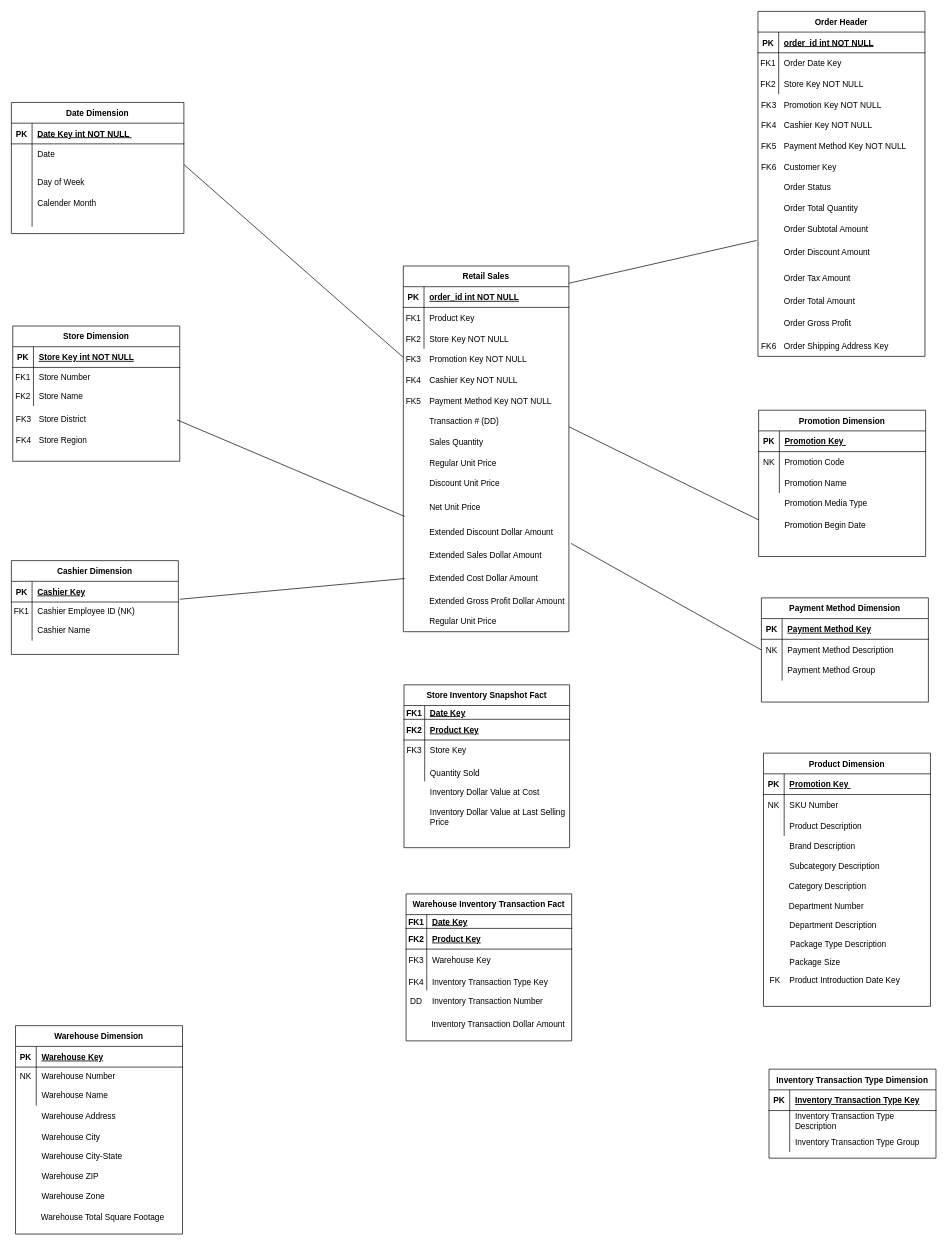
mannny29/demo keeps this draw.io diagram as Untitled Diagram.drawio. Above is the earlier version. Source tidied: cells renumbered, new cells numbered last; positions are measured from the earlier drawing's top-left corner, leaving out a move shared by most shapes. Both pictures are drawn from the tidied source at 69%, with x=0, y=0 at pixel (11, 11).
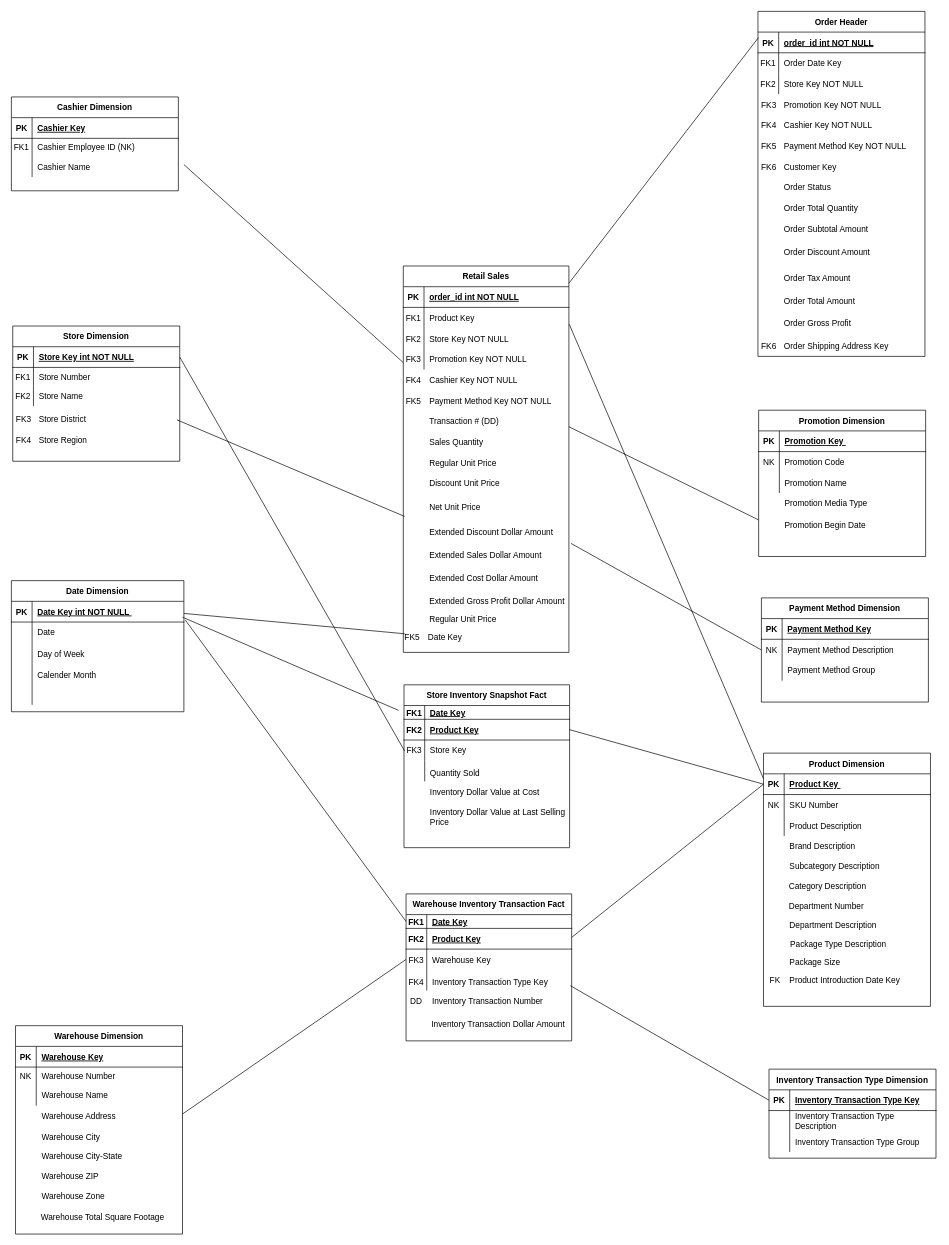
The same diagram, later.

Unchanged cells that the change refers to:
```xml
<mxCell id="6" style="shape=partialRectangle;fillColor=none;points=[[0,0.5],[1,0.5]];portConstraint=eastwest;top=0;left=0;right=0;bottom=0;" parent="2" vertex="1">
  <mxGeometry y="60" width="240" height="30" as="geometry" />
</mxCell>
<mxCell id="50" style="shape=partialRectangle;fillColor=none;points=[[0,0.5],[1,0.5]];portConstraint=eastwest;top=0;left=0;right=0;bottom=1;" parent="49" vertex="1">
  <mxGeometry y="30" width="242" height="30" as="geometry" />
</mxCell>
<mxCell id="80" style="shape=partialRectangle;fillColor=none;points=[[0,0.5],[1,0.5]];portConstraint=eastwest;top=0;left=0;right=0;bottom=1;" parent="79" vertex="1">
  <mxGeometry y="30" width="242" height="30" as="geometry" />
</mxCell>
<mxCell id="140" style="shape=partialRectangle;fillColor=none;points=[[0,0.5],[1,0.5]];portConstraint=eastwest;top=0;left=0;right=0;bottom=1;" parent="139" vertex="1">
  <mxGeometry y="30" width="240" height="20" as="geometry" />
</mxCell>
<mxCell id="143" style="shape=partialRectangle;fillColor=none;points=[[0,0.5],[1,0.5]];portConstraint=eastwest;top=0;left=0;right=0;bottom=1;" parent="139" vertex="1">
  <mxGeometry y="50" width="240" height="30" as="geometry" />
</mxCell>
<mxCell id="159" style="shape=partialRectangle;fillColor=none;points=[[0,0.5],[1,0.5]];portConstraint=eastwest;top=0;left=0;right=0;bottom=1;" parent="158" vertex="1">
  <mxGeometry y="30" width="240" height="20" as="geometry" />
</mxCell>
<mxCell id="165" style="shape=partialRectangle;fillColor=none;points=[[0,0.5],[1,0.5]];portConstraint=eastwest;top=0;left=0;right=0;bottom=0;" parent="158" vertex="1">
  <mxGeometry y="80" width="240" height="30" as="geometry" />
</mxCell>
<mxCell id="178" style="shape=partialRectangle;fillColor=none;points=[[0,0.5],[1,0.5]];portConstraint=eastwest;top=0;left=0;right=0;bottom=1;" parent="177" vertex="1">
  <mxGeometry y="30" width="242" height="30" as="geometry" />
</mxCell>
<mxCell id="204" style="shape=partialRectangle;fillColor=none;points=[[0,0.5],[1,0.5]];portConstraint=eastwest;top=0;left=0;right=0;bottom=1;" parent="203" vertex="1">
  <mxGeometry y="30" width="242" height="30" as="geometry" />
</mxCell>
```

Change to the diagram source:
```diff
@@
     <mxCell id="2" value="Retail Sales" style="shape=table;startSize=30;childLayout=tableLayout;rowLines=0;fontStyle=1;align=center;" parent="1" vertex="1">
-      <mxGeometry x="568" y="369" width="240" height="530" as="geometry" />
+      <mxGeometry x="568" y="369" width="240" height="560" as="geometry" />
     </mxCell>
@@
-    <mxCell id="12" value="Date Dimension" style="shape=table;startSize=30;childLayout=tableLayout;rowLines=0;fontStyle=1;align=center;" parent="1" vertex="1">
-      <mxGeometry y="132" width="250" height="190" as="geometry" />
-    </mxCell>
-    <mxCell id="13" style="shape=partialRectangle;fillColor=none;points=[[0,0.5],[1,0.5]];portConstraint=eastwest;top=0;left=0;right=0;bottom=1;" parent="12" vertex="1">
-      <mxGeometry y="30" width="250" height="30" as="geometry" />
-    </mxCell>
-    <mxCell id="14" value="PK" style="shape=partialRectangle;overflow=hidden;fillColor=none;top=0;left=0;bottom=0;right=0;fontStyle=1;" parent="13" vertex="1">
-      <mxGeometry width="30" height="30" as="geometry" />
-    </mxCell>
-    <mxCell id="15" value="Date Key int NOT NULL " style="shape=partialRectangle;overflow=hidden;fillColor=none;top=0;left=0;bottom=0;right=0;align=left;spacingLeft=6;fontStyle=5;" parent="13" vertex="1">
-      <mxGeometry x="30" width="220" height="30" as="geometry" />
-    </mxCell>
-    <mxCell id="16" style="shape=partialRectangle;fillColor=none;top=0;left=0;right=0;bottom=0;" parent="12" vertex="1">
-      <mxGeometry y="60" width="250" height="30" as="geometry" />
-    </mxCell>
-    <mxCell id="17" style="shape=partialRectangle;overflow=hidden;fillColor=none;top=0;left=0;bottom=0;right=0;" parent="16" vertex="1">
-      <mxGeometry width="30" height="30" as="geometry" />
-    </mxCell>
-    <mxCell id="18" value="Date" style="shape=partialRectangle;overflow=hidden;fillColor=none;top=0;left=0;bottom=0;right=0;align=left;spacingLeft=6;" parent="16" vertex="1">
-      <mxGeometry x="30" width="220" height="30" as="geometry" />
-    </mxCell>
-    <mxCell id="19" style="shape=partialRectangle;fillColor=none;top=0;left=0;right=0;bottom=0;" parent="12" vertex="1">
-      <mxGeometry y="90" width="250" height="30" as="geometry" />
-    </mxCell>
-    <mxCell id="20" style="shape=partialRectangle;overflow=hidden;fillColor=none;top=0;left=0;bottom=0;right=0;" parent="19" vertex="1">
-      <mxGeometry width="30" height="30" as="geometry" />
-    </mxCell>
-    <mxCell id="21" style="shape=partialRectangle;overflow=hidden;fillColor=none;top=0;left=0;bottom=0;right=0;align=left;spacingLeft=6;" parent="19" vertex="1">
-      <mxGeometry x="30" width="220" height="30" as="geometry" />
-    </mxCell>
-    <mxCell id="22" style="shape=partialRectangle;fillColor=none;top=0;left=0;right=0;bottom=0;" parent="12" vertex="1">
-      <mxGeometry y="120" width="250" height="30" as="geometry" />
-    </mxCell>
-    <mxCell id="23" style="shape=partialRectangle;overflow=hidden;fillColor=none;top=0;left=0;bottom=0;right=0;" parent="22" vertex="1">
-      <mxGeometry width="30" height="30" as="geometry" />
-    </mxCell>
-    <mxCell id="24" style="shape=partialRectangle;overflow=hidden;fillColor=none;top=0;left=0;bottom=0;right=0;align=left;spacingLeft=6;" parent="22" vertex="1">
-      <mxGeometry x="30" width="220" height="30" as="geometry" />
-    </mxCell>
-    <mxCell id="25" style="shape=partialRectangle;fillColor=none;top=0;left=0;right=0;bottom=0;" parent="12" vertex="1">
-      <mxGeometry y="150" width="250" height="30" as="geometry" />
-    </mxCell>
-    <mxCell id="26" style="shape=partialRectangle;overflow=hidden;fillColor=none;top=0;left=0;bottom=0;right=0;" parent="25" vertex="1">
-      <mxGeometry width="30" height="30" as="geometry" />
-    </mxCell>
-    <mxCell id="27" style="shape=partialRectangle;overflow=hidden;fillColor=none;top=0;left=0;bottom=0;right=0;align=left;spacingLeft=6;" parent="25" vertex="1">
-      <mxGeometry x="30" width="220" height="30" as="geometry" />
-    </mxCell>
-    <mxCell id="28" value="Day of Week" style="shape=partialRectangle;overflow=hidden;fillColor=none;top=0;left=0;bottom=0;right=0;align=left;spacingLeft=6;" parent="1" vertex="1">
-      <mxGeometry x="30" y="232" width="220" height="30" as="geometry" />
-    </mxCell>
-    <mxCell id="29" value="Calender Month" style="shape=partialRectangle;overflow=hidden;fillColor=none;top=0;left=0;bottom=0;right=0;align=left;spacingLeft=6;" parent="1" vertex="1">
-      <mxGeometry x="30" y="262" width="220" height="30" as="geometry" />
-    </mxCell>
+    <mxCell id="223" style="shape=partialRectangle;fillColor=none;top=0;left=0;right=0;bottom=0;" parent="2" vertex="1">
+      <mxGeometry y="120" width="240" height="30" as="geometry" />
+    </mxCell>
+    <mxCell id="224" style="shape=partialRectangle;overflow=hidden;fillColor=none;top=0;left=0;bottom=0;right=0;" parent="223" vertex="1">
+      <mxGeometry width="30" height="30" as="geometry" />
+    </mxCell>
+    <mxCell id="225" style="shape=partialRectangle;overflow=hidden;fillColor=none;top=0;left=0;bottom=0;right=0;align=left;spacingLeft=6;" parent="223" vertex="1">
+      <mxGeometry x="30" width="210" height="30" as="geometry" />
+    </mxCell>
@@
     <mxCell id="47" value="Regular Unit Price" style="shape=partialRectangle;overflow=hidden;fillColor=none;top=0;left=0;bottom=0;right=0;align=left;spacingLeft=6;" parent="1" vertex="1">
-      <mxGeometry x="598" y="869" width="220" height="30" as="geometry" />
+      <mxGeometry x="598" y="869" width="220" height="23" as="geometry" />
     </mxCell>
@@
     <mxCell id="95" style="shape=partialRectangle;overflow=hidden;fillColor=none;top=0;left=0;bottom=0;right=0;" parent="1" vertex="1">
-      <mxGeometry x="2" y="726" width="32" height="30" as="geometry" />
+      <mxGeometry x="2" y="54" width="32" height="30" as="geometry" />
     </mxCell>
-    <mxCell id="96" value="Cashier Dimension" style="shape=table;startSize=30;childLayout=tableLayout;rowLines=0;fontStyle=1;align=center;" parent="1" vertex="1">
-      <mxGeometry y="796" width="242" height="136" as="geometry" />
-    </mxCell>
-    <mxCell id="97" style="shape=partialRectangle;fillColor=none;top=0;left=0;right=0;bottom=1;" parent="96" vertex="1">
-      <mxGeometry y="30" width="242" height="30" as="geometry" />
-    </mxCell>
-    <mxCell id="98" value="PK" style="shape=partialRectangle;overflow=hidden;fillColor=none;top=0;left=0;bottom=0;right=0;fontStyle=1;" parent="97" vertex="1">
-      <mxGeometry width="30" height="30" as="geometry" />
-    </mxCell>
-    <mxCell id="99" value="Cashier Key" style="shape=partialRectangle;overflow=hidden;fillColor=none;top=0;left=0;bottom=0;right=0;align=left;spacingLeft=6;fontStyle=5;" parent="97" vertex="1">
-      <mxGeometry x="30" width="212" height="30" as="geometry" />
-    </mxCell>
-    <mxCell id="100" style="shape=partialRectangle;fillColor=none;top=0;left=0;right=0;bottom=0;" parent="96" vertex="1">
-      <mxGeometry y="60" width="242" height="26" as="geometry" />
-    </mxCell>
-    <mxCell id="101" value="FK1" style="shape=partialRectangle;overflow=hidden;fillColor=none;top=0;left=0;bottom=0;right=0;" parent="100" vertex="1">
-      <mxGeometry width="30" height="26" as="geometry" />
-    </mxCell>
-    <mxCell id="102" value="Cashier Employee ID (NK)" style="shape=partialRectangle;overflow=hidden;fillColor=none;top=0;left=0;bottom=0;right=0;align=left;spacingLeft=6;" parent="100" vertex="1">
-      <mxGeometry x="30" width="212" height="26" as="geometry" />
-    </mxCell>
-    <mxCell id="103" style="shape=partialRectangle;fillColor=none;top=0;left=0;right=0;bottom=0;" parent="96" vertex="1">
-      <mxGeometry y="86" width="242" height="30" as="geometry" />
-    </mxCell>
-    <mxCell id="104" style="shape=partialRectangle;overflow=hidden;fillColor=none;top=0;left=0;bottom=0;right=0;" parent="103" vertex="1">
-      <mxGeometry width="30" height="30" as="geometry" />
-    </mxCell>
-    <mxCell id="105" value="Cashier Name" style="shape=partialRectangle;overflow=hidden;fillColor=none;top=0;left=0;bottom=0;right=0;align=left;spacingLeft=6;" parent="103" vertex="1">
-      <mxGeometry x="30" width="212" height="30" as="geometry" />
-    </mxCell>
-    <mxCell id="106" style="shape=partialRectangle;overflow=hidden;fillColor=none;top=0;left=0;bottom=0;right=0;align=left;spacingLeft=6;" parent="1" vertex="1">
-      <mxGeometry x="30" y="916" width="222" height="30" as="geometry" />
-    </mxCell>
@@
-    <mxCell id="135" style="endArrow=none;html=1;rounded=0;" parent="1" edge="1">
+    <mxCell id="135" style="endArrow=none;html=1;rounded=0;entryX=-0.033;entryY=0.35;entryDx=0;entryDy=0;entryPerimeter=0;" parent="1" edge="1" target="140">
       <mxGeometry relative="1" as="geometry">
-        <mxPoint x="244" y="852" as="sourcePoint" />
-        <mxPoint x="570" y="822" as="targetPoint" />
+        <mxPoint x="248" y="878" as="sourcePoint" />
       </mxGeometry>
     </mxCell>
-    <mxCell id="136" style="endArrow=none;html=1;rounded=0;" parent="1" edge="1">
+    <mxCell id="136" style="endArrow=none;html=1;rounded=0;entryX=0.003;entryY=0.269;entryDx=0;entryDy=0;entryPerimeter=0;" parent="1" edge="1" target="50">
       <mxGeometry relative="1" as="geometry">
         <mxPoint x="808" y="394" as="sourcePoint" />
-        <mxPoint x="1080" y="332" as="targetPoint" />
       </mxGeometry>
     </mxCell>
@@
-    <mxCell id="206" value="Promotion Key " style="shape=partialRectangle;overflow=hidden;fillColor=none;top=0;left=0;bottom=0;right=0;align=left;spacingLeft=6;fontStyle=5;" parent="204" vertex="1">
+    <mxCell id="206" value="Product Key " style="shape=partialRectangle;overflow=hidden;fillColor=none;top=0;left=0;bottom=0;right=0;align=left;spacingLeft=6;fontStyle=5;" parent="204" vertex="1">
       <mxGeometry x="30" width="212" height="30" as="geometry" />
     </mxCell>
@@
+    <mxCell id="226" style="endArrow=none;html=1;rounded=0;entryX=0;entryY=0.5;entryDx=0;entryDy=0;" parent="1" edge="1" target="165">
+      <mxGeometry relative="1" as="geometry">
+        <mxPoint x="248" y="1598" as="sourcePoint" />
+      </mxGeometry>
+    </mxCell>
+    <mxCell id="227" style="endArrow=none;html=1;rounded=0;entryX=0;entryY=0.5;entryDx=0;entryDy=0;exitX=1;exitY=0.5;exitDx=0;exitDy=0;" parent="1" edge="1" source="143" target="204">
+      <mxGeometry relative="1" as="geometry" />
+    </mxCell>
+    <mxCell id="228" style="endArrow=none;html=1;rounded=0;entryX=0;entryY=0.5;entryDx=0;entryDy=0;" parent="1" edge="1" target="178">
+      <mxGeometry relative="1" as="geometry">
+        <mxPoint x="810" y="1412" as="sourcePoint" />
+      </mxGeometry>
+    </mxCell>
+    <mxCell id="229" style="endArrow=none;html=1;rounded=0;entryX=0;entryY=0.5;entryDx=0;entryDy=0;exitX=1;exitY=0.5;exitDx=0;exitDy=0;" parent="1" edge="1" target="204">
+      <mxGeometry relative="1" as="geometry">
+        <mxPoint x="812" y="1342" as="sourcePoint" />
+      </mxGeometry>
+    </mxCell>
+    <mxCell id="230" style="endArrow=none;html=1;rounded=0;exitX=1.002;exitY=0.812;exitDx=0;exitDy=0;exitPerimeter=0;" parent="1" edge="1" source="6">
+      <mxGeometry relative="1" as="geometry">
+        <mxPoint x="1090" y="1112" as="targetPoint" />
+      </mxGeometry>
+    </mxCell>
+    <mxCell id="96" value="Cashier Dimension" style="shape=table;startSize=30;childLayout=tableLayout;rowLines=0;fontStyle=1;align=center;" parent="1" vertex="1">
+      <mxGeometry y="124" width="242" height="136" as="geometry" />
+    </mxCell>
+    <mxCell id="97" style="shape=partialRectangle;fillColor=none;top=0;left=0;right=0;bottom=1;" parent="96" vertex="1">
+      <mxGeometry y="30" width="242" height="30" as="geometry" />
+    </mxCell>
+    <mxCell id="231" value="PK" style="shape=partialRectangle;overflow=hidden;fillColor=none;top=0;left=0;bottom=0;right=0;fontStyle=1;" parent="97" vertex="1">
+      <mxGeometry width="30" height="30" as="geometry" />
+    </mxCell>
+    <mxCell id="99" value="Cashier Key" style="shape=partialRectangle;overflow=hidden;fillColor=none;top=0;left=0;bottom=0;right=0;align=left;spacingLeft=6;fontStyle=5;" parent="97" vertex="1">
+      <mxGeometry x="30" width="212" height="30" as="geometry" />
+    </mxCell>
+    <mxCell id="100" style="shape=partialRectangle;fillColor=none;top=0;left=0;right=0;bottom=0;" parent="96" vertex="1">
+      <mxGeometry y="60" width="242" height="26" as="geometry" />
+    </mxCell>
+    <mxCell id="101" value="FK1" style="shape=partialRectangle;overflow=hidden;fillColor=none;top=0;left=0;bottom=0;right=0;" parent="100" vertex="1">
+      <mxGeometry width="30" height="26" as="geometry" />
+    </mxCell>
+    <mxCell id="102" value="Cashier Employee ID (NK)" style="shape=partialRectangle;overflow=hidden;fillColor=none;top=0;left=0;bottom=0;right=0;align=left;spacingLeft=6;" parent="100" vertex="1">
+      <mxGeometry x="30" width="212" height="26" as="geometry" />
+    </mxCell>
+    <mxCell id="103" style="shape=partialRectangle;fillColor=none;top=0;left=0;right=0;bottom=0;" parent="96" vertex="1">
+      <mxGeometry y="86" width="242" height="30" as="geometry" />
+    </mxCell>
+    <mxCell id="232" style="shape=partialRectangle;overflow=hidden;fillColor=none;top=0;left=0;bottom=0;right=0;" parent="103" vertex="1">
+      <mxGeometry width="30" height="30" as="geometry" />
+    </mxCell>
+    <mxCell id="105" value="Cashier Name" style="shape=partialRectangle;overflow=hidden;fillColor=none;top=0;left=0;bottom=0;right=0;align=left;spacingLeft=6;" parent="103" vertex="1">
+      <mxGeometry x="30" width="212" height="30" as="geometry" />
+    </mxCell>
+    <mxCell id="233" style="shape=partialRectangle;overflow=hidden;fillColor=none;top=0;left=0;bottom=0;right=0;align=left;spacingLeft=6;" parent="1" vertex="1">
+      <mxGeometry x="30" y="244" width="222" height="30" as="geometry" />
+    </mxCell>
+    <mxCell id="12" value="Date Dimension" style="shape=table;startSize=30;childLayout=tableLayout;rowLines=0;fontStyle=1;align=center;" parent="1" vertex="1">
+      <mxGeometry y="825" width="250" height="190" as="geometry" />
+    </mxCell>
+    <mxCell id="13" style="shape=partialRectangle;fillColor=none;points=[[0,0.5],[1,0.5]];portConstraint=eastwest;top=0;left=0;right=0;bottom=1;" parent="12" vertex="1">
+      <mxGeometry y="30" width="250" height="30" as="geometry" />
+    </mxCell>
+    <mxCell id="234" value="PK" style="shape=partialRectangle;overflow=hidden;fillColor=none;top=0;left=0;bottom=0;right=0;fontStyle=1;" parent="13" vertex="1">
+      <mxGeometry width="30" height="30" as="geometry" />
+    </mxCell>
+    <mxCell id="15" value="Date Key int NOT NULL " style="shape=partialRectangle;overflow=hidden;fillColor=none;top=0;left=0;bottom=0;right=0;align=left;spacingLeft=6;fontStyle=5;" parent="13" vertex="1">
+      <mxGeometry x="30" width="220" height="30" as="geometry" />
+    </mxCell>
+    <mxCell id="16" style="shape=partialRectangle;fillColor=none;top=0;left=0;right=0;bottom=0;" parent="12" vertex="1">
+      <mxGeometry y="60" width="250" height="30" as="geometry" />
+    </mxCell>
+    <mxCell id="235" style="shape=partialRectangle;overflow=hidden;fillColor=none;top=0;left=0;bottom=0;right=0;" parent="16" vertex="1">
+      <mxGeometry width="30" height="30" as="geometry" />
+    </mxCell>
+    <mxCell id="18" value="Date" style="shape=partialRectangle;overflow=hidden;fillColor=none;top=0;left=0;bottom=0;right=0;align=left;spacingLeft=6;" parent="16" vertex="1">
+      <mxGeometry x="30" width="220" height="30" as="geometry" />
+    </mxCell>
+    <mxCell id="19" style="shape=partialRectangle;fillColor=none;top=0;left=0;right=0;bottom=0;" parent="12" vertex="1">
+      <mxGeometry y="90" width="250" height="30" as="geometry" />
+    </mxCell>
+    <mxCell id="236" style="shape=partialRectangle;overflow=hidden;fillColor=none;top=0;left=0;bottom=0;right=0;" parent="19" vertex="1">
+      <mxGeometry width="30" height="30" as="geometry" />
+    </mxCell>
+    <mxCell id="237" style="shape=partialRectangle;overflow=hidden;fillColor=none;top=0;left=0;bottom=0;right=0;align=left;spacingLeft=6;" parent="19" vertex="1">
+      <mxGeometry x="30" width="220" height="30" as="geometry" />
+    </mxCell>
+    <mxCell id="22" style="shape=partialRectangle;fillColor=none;top=0;left=0;right=0;bottom=0;" parent="12" vertex="1">
+      <mxGeometry y="120" width="250" height="30" as="geometry" />
+    </mxCell>
+    <mxCell id="238" style="shape=partialRectangle;overflow=hidden;fillColor=none;top=0;left=0;bottom=0;right=0;" parent="22" vertex="1">
+      <mxGeometry width="30" height="30" as="geometry" />
+    </mxCell>
+    <mxCell id="239" style="shape=partialRectangle;overflow=hidden;fillColor=none;top=0;left=0;bottom=0;right=0;align=left;spacingLeft=6;" parent="22" vertex="1">
+      <mxGeometry x="30" width="220" height="30" as="geometry" />
+    </mxCell>
+    <mxCell id="25" style="shape=partialRectangle;fillColor=none;top=0;left=0;right=0;bottom=0;" parent="12" vertex="1">
+      <mxGeometry y="150" width="250" height="30" as="geometry" />
+    </mxCell>
+    <mxCell id="240" style="shape=partialRectangle;overflow=hidden;fillColor=none;top=0;left=0;bottom=0;right=0;" parent="25" vertex="1">
+      <mxGeometry width="30" height="30" as="geometry" />
+    </mxCell>
+    <mxCell id="241" style="shape=partialRectangle;overflow=hidden;fillColor=none;top=0;left=0;bottom=0;right=0;align=left;spacingLeft=6;" parent="25" vertex="1">
+      <mxGeometry x="30" width="220" height="30" as="geometry" />
+    </mxCell>
+    <mxCell id="28" value="Day of Week" style="shape=partialRectangle;overflow=hidden;fillColor=none;top=0;left=0;bottom=0;right=0;align=left;spacingLeft=6;" parent="1" vertex="1">
+      <mxGeometry x="30" y="916" width="220" height="30" as="geometry" />
+    </mxCell>
+    <mxCell id="29" value="Calender Month" style="shape=partialRectangle;overflow=hidden;fillColor=none;top=0;left=0;bottom=0;right=0;align=left;spacingLeft=6;" parent="1" vertex="1">
+      <mxGeometry x="30" y="947" width="220" height="30" as="geometry" />
+    </mxCell>
+    <mxCell id="242" style="endArrow=none;html=1;rounded=0;entryX=0;entryY=0.5;entryDx=0;entryDy=0;exitX=1.008;exitY=0.9;exitDx=0;exitDy=0;exitPerimeter=0;" parent="1" edge="1" source="13" target="159">
+      <mxGeometry relative="1" as="geometry" />
+    </mxCell>
+    <mxCell id="243" value="FK5" style="shape=partialRectangle;overflow=hidden;fillColor=none;top=0;left=0;bottom=0;right=0;" parent="1" vertex="1">
+      <mxGeometry x="566" y="892" width="30" height="30" as="geometry" />
+    </mxCell>
+    <mxCell id="244" value="Date Key" style="shape=partialRectangle;overflow=hidden;fillColor=none;top=0;left=0;bottom=0;right=0;align=left;spacingLeft=6;" parent="1" vertex="1">
+      <mxGeometry x="596" y="892" width="220" height="30" as="geometry" />
+    </mxCell>
+    <mxCell id="245" style="endArrow=none;html=1;rounded=0;exitX=1;exitY=0.25;exitDx=0;exitDy=0;" parent="1" edge="1" source="12">
+      <mxGeometry relative="1" as="geometry">
+        <mxPoint x="570" y="902" as="targetPoint" />
+      </mxGeometry>
+    </mxCell>
+    <mxCell id="246" style="endArrow=none;html=1;rounded=0;exitX=1;exitY=0.5;exitDx=0;exitDy=0;" parent="1" edge="1" source="80">
+      <mxGeometry relative="1" as="geometry">
+        <mxPoint x="570" y="1072" as="targetPoint" />
+      </mxGeometry>
+    </mxCell>
```
